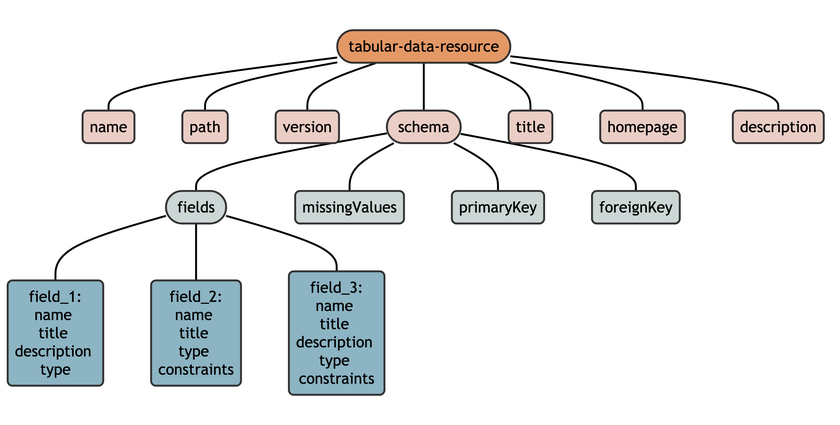
Earlier version of the Mermaid export vignettes/codec_metadata.png (geomarker-io/codec). Its source is kept beside it as vignettes/codec_metadata.mmd.
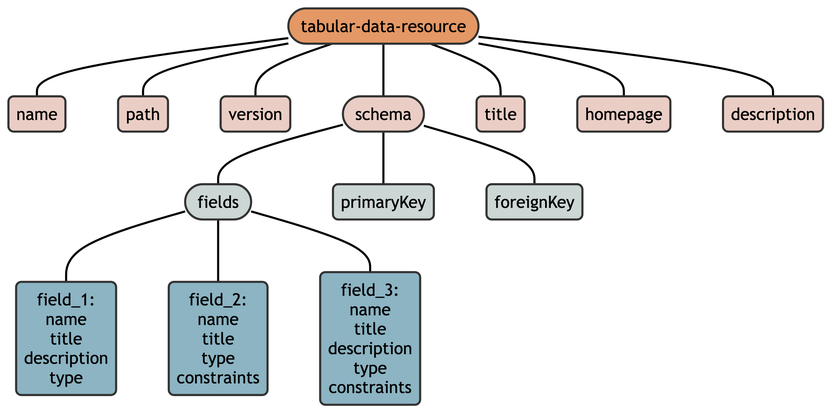
The same diagram one commit later.

The edit, as a diff of the source:
```diff
@@ -24,7 +24,6 @@
 tdr --- schema
 
 schema --- fields([fields]):::III
-schema --- missingValues(missingValues):::III
 schema --- primaryKey(primaryKey):::III
 schema --- foreignKey(foreignKey):::III
 
```
